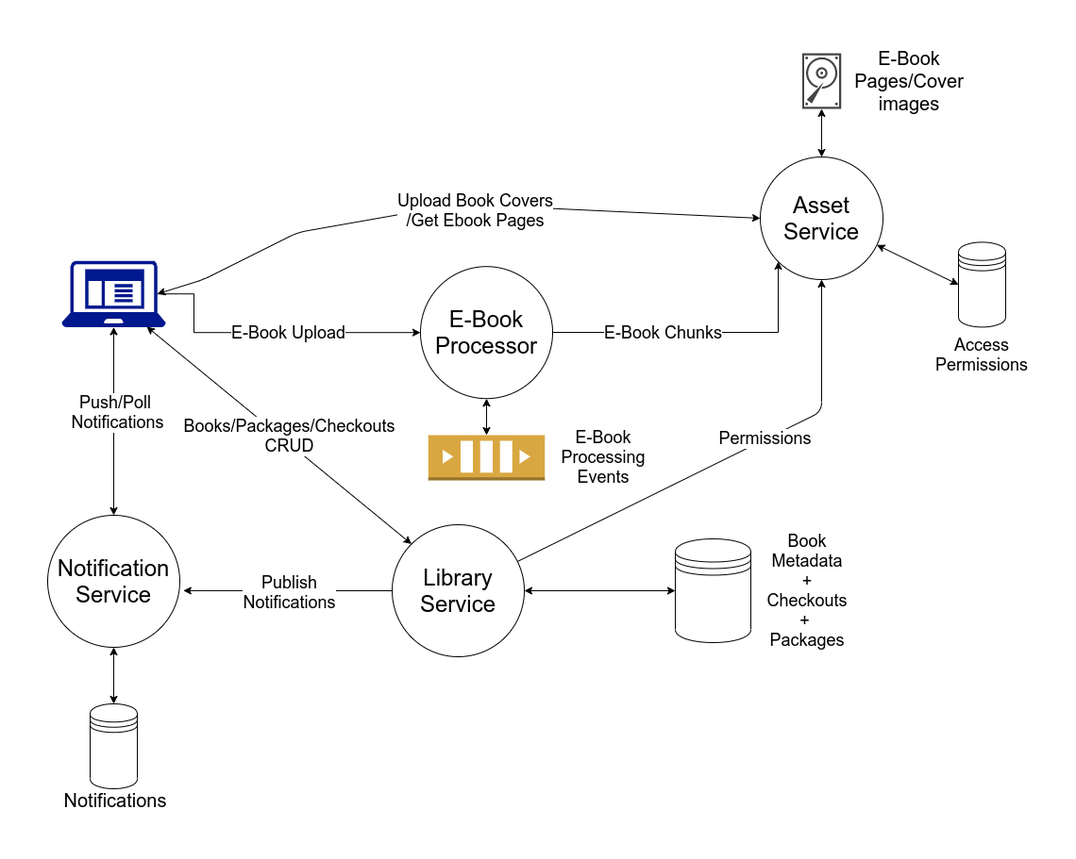
Before: architectural_diagram.png, a diagram exported from draw.io (SujanKumarMitra/e-library). Source tidied: cells renumbered, new cells last; positions are measured from the earlier drawing's top-left corner, leaving out a move shared by most shapes.
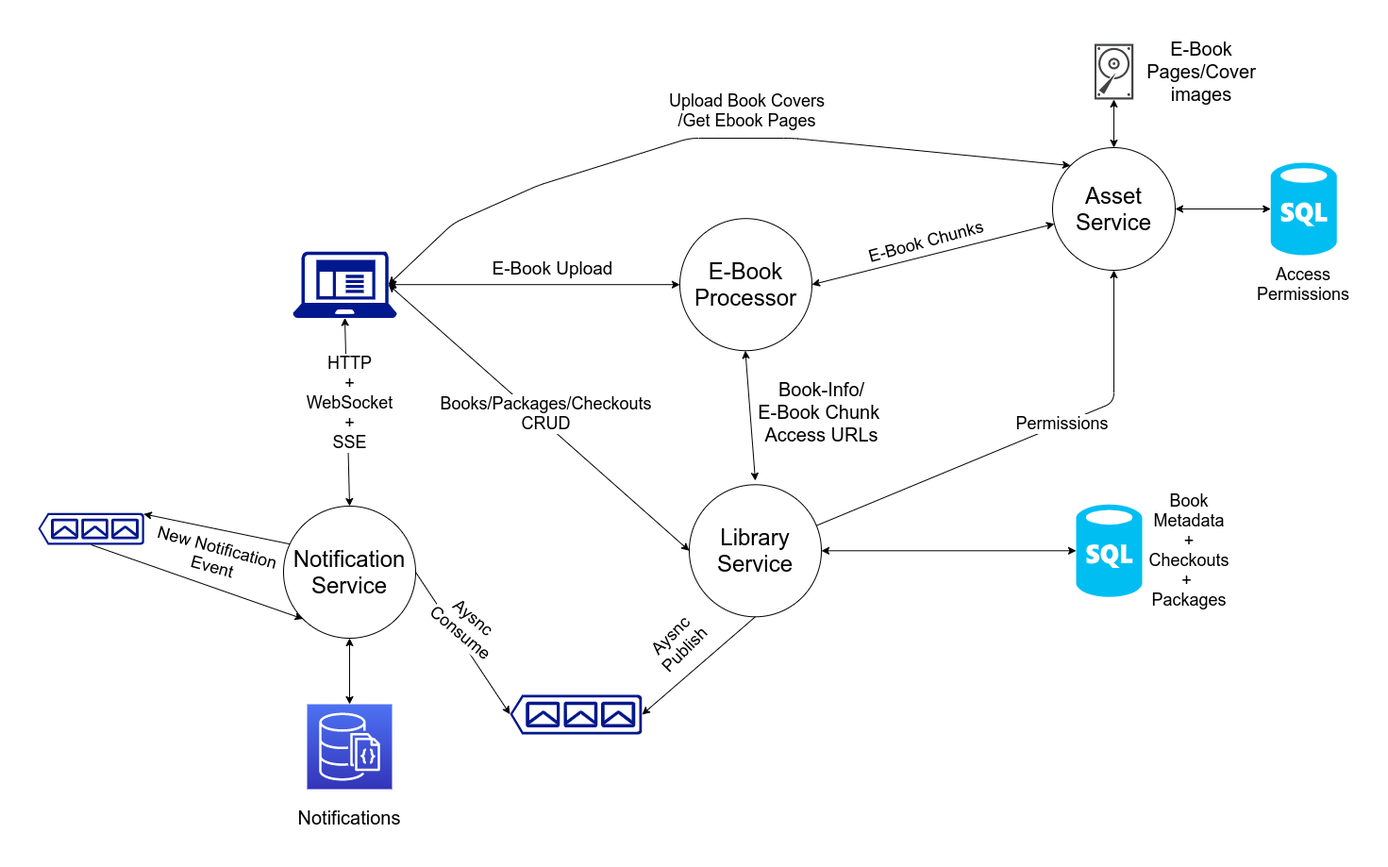
After the commit.

Commit message:
Updated Architecture Diagram 1. Added Message Queue diagrams in Notification Service

Change to the diagram source:
```diff
@@ -3,116 +3,74 @@
     <mxCell id="0" />
     <mxCell id="1" parent="0" />
     <mxCell id="2" value="&lt;span style=&quot;font-size: 24px&quot;&gt;Library&lt;br&gt;Service&lt;br&gt;&lt;/span&gt;" style="ellipse;whiteSpace=wrap;html=1;" parent="1" vertex="1">
-      <mxGeometry x="365" y="500" width="140" height="140" as="geometry" />
+      <mxGeometry x="675" y="577.3" width="140" height="140" as="geometry" />
     </mxCell>
     <mxCell id="3" value="&lt;span style=&quot;font-size: 24px&quot;&gt;Asset&lt;br&gt;Service&lt;br&gt;&lt;/span&gt;" style="ellipse;whiteSpace=wrap;html=1;" parent="1" vertex="1">
-      <mxGeometry x="755" y="110" width="130" height="130" as="geometry" />
+      <mxGeometry x="1060" y="220" width="130" height="130" as="geometry" />
     </mxCell>
     <mxCell id="4" value="&lt;span style=&quot;font-size: 24px&quot;&gt;Notification&lt;br&gt;Service&lt;br&gt;&lt;/span&gt;" style="ellipse;whiteSpace=wrap;html=1;" parent="1" vertex="1">
-      <mxGeometry y="490" width="140" height="140" as="geometry" />
+      <mxGeometry x="245" y="600" width="140" height="140" as="geometry" />
     </mxCell>
     <mxCell id="5" style="sketch=0;shadow=0;dashed=0;html=1;strokeColor=none;fillColor=#434445;labelPosition=center;verticalLabelPosition=bottom;verticalAlign=top;align=center;outlineConnect=0;shape=mxgraph.vvd.disk;" parent="1" vertex="1">
-      <mxGeometry x="799.4" width="41.2" height="58.9" as="geometry" />
+      <mxGeometry x="1104.4" y="110" width="41.2" height="58.9" as="geometry" />
     </mxCell>
     <mxCell id="6" value="&lt;font style=&quot;font-size: 20px&quot;&gt;E-Book Pages/Cover images&lt;/font&gt;" style="text;html=1;strokeColor=none;fillColor=none;align=center;verticalAlign=middle;whiteSpace=wrap;rounded=0;" parent="1" vertex="1">
-      <mxGeometry x="861" y="19.5" width="104" height="20" as="geometry" />
+      <mxGeometry x="1166" y="129.5" width="104" height="20" as="geometry" />
     </mxCell>
-    <mxCell id="7" style="shape=datastore;whiteSpace=wrap;html=1;" parent="1" vertex="1">
-      <mxGeometry x="665" y="515" width="80" height="110" as="geometry" />
-    </mxCell>
-    <mxCell id="8" style="shape=datastore;whiteSpace=wrap;html=1;" parent="1" vertex="1">
-      <mxGeometry x="45" y="690" width="50" height="90" as="geometry" />
-    </mxCell>
     <mxCell id="9" value="&lt;font style=&quot;font-size: 20px&quot;&gt;Notifications&lt;br&gt;&lt;/font&gt;" style="text;html=1;strokeColor=none;fillColor=none;align=center;verticalAlign=middle;whiteSpace=wrap;rounded=0;" parent="1" vertex="1">
-      <mxGeometry x="52" y="782" width="40" height="20" as="geometry" />
+      <mxGeometry x="295" y="920" width="40" height="20" as="geometry" />
     </mxCell>
-    <mxCell id="10" style="edgeStyle=orthogonalEdgeStyle;rounded=0;jettySize=auto;html=1;entryX=0;entryY=1;entryDx=0;entryDy=0;fontSize=18;exitX=0.995;exitY=0.448;exitDx=0;exitDy=0;exitPerimeter=0;" parent="1" edge="1" source="12" target="3">
-      <mxGeometry relative="1" as="geometry">
-        <Array as="points">
-          <mxPoint x="534" y="296" />
-          <mxPoint x="774" y="296" />
-        </Array>
-      </mxGeometry>
-    </mxCell>
-    <mxCell id="11" value="E-Book Chunks&lt;br&gt;" style="edgeLabel;html=1;align=center;verticalAlign=middle;fontSize=18;" parent="10" vertex="1">
-      <mxGeometry x="-0.21" y="2" relative="1" as="geometry">
-        <mxPoint x="-2" y="2" as="offset" />
-      </mxGeometry>
-    </mxCell>
     <mxCell id="12" value="&lt;span style=&quot;font-size: 24px&quot;&gt;E-Book&lt;br&gt;Processor&lt;br&gt;&lt;/span&gt;" style="ellipse;whiteSpace=wrap;html=1;" parent="1" vertex="1">
-      <mxGeometry x="395" y="226.2" width="140" height="140" as="geometry" />
+      <mxGeometry x="665" y="295.2" width="140" height="140" as="geometry" />
     </mxCell>
-    <mxCell id="13" style="endArrow=classic;startArrow=classic;html=1;fontSize=18;entryX=0;entryY=0.5;entryDx=0;entryDy=0;exitX=0.92;exitY=0.5;exitDx=0;exitDy=0;exitPerimeter=0;" parent="1" edge="1" source="31" target="3">
+    <mxCell id="13" style="endArrow=classic;startArrow=classic;html=1;fontSize=18;entryX=0;entryY=0;entryDx=0;entryDy=0;exitX=0.92;exitY=0.5;exitDx=0;exitDy=0;exitPerimeter=0;" parent="1" edge="1" source="31" target="3">
       <mxGeometry relative="1" as="geometry">
         <Array as="points">
-          <mxPoint x="165" y="240" />
-          <mxPoint x="265" y="190" />
-          <mxPoint x="435" y="160" />
+          <mxPoint x="425" y="300" />
+          <mxPoint x="515" y="260" />
+          <mxPoint x="675" y="210" />
+          <mxPoint x="785" y="210" />
         </Array>
       </mxGeometry>
     </mxCell>
     <mxCell id="14" value="Upload Book Covers&lt;br&gt;/Get Ebook Pages" style="edgeLabel;html=1;align=center;verticalAlign=middle;fontSize=18;" parent="13" vertex="1">
       <mxGeometry x="-0.1" y="-2" relative="1" as="geometry">
-        <mxPoint x="58" y="-3" as="offset" />
+        <mxPoint x="76" y="-37" as="offset" />
       </mxGeometry>
     </mxCell>
-    <mxCell id="15" style="edgeStyle=orthogonalEdgeStyle;rounded=0;jettySize=auto;html=1;entryX=0;entryY=0.5;entryDx=0;entryDy=0;fontSize=18;exitX=0.92;exitY=0.5;exitDx=0;exitDy=0;exitPerimeter=0;" parent="1" edge="1" source="31" target="12">
-      <mxGeometry relative="1" as="geometry">
-        <Array as="points">
-          <mxPoint x="155" y="255" />
-          <mxPoint x="155" y="296" />
-        </Array>
-      </mxGeometry>
-    </mxCell>
-    <mxCell id="16" value="E-Book Upload" style="edgeLabel;html=1;align=center;verticalAlign=middle;fontSize=18;" parent="15" vertex="1">
-      <mxGeometry x="-0.11" relative="1" as="geometry">
-        <mxPoint x="37" as="offset" />
-      </mxGeometry>
-    </mxCell>
     <mxCell id="17" style="endArrow=classic;startArrow=classic;html=1;fontSize=18;exitX=0.5;exitY=0;exitDx=0;exitDy=0;" parent="1" edge="1" source="3" target="5">
       <mxGeometry relative="1" as="geometry" />
     </mxCell>
-    <mxCell id="18" style="outlineConnect=0;dashed=0;verticalLabelPosition=bottom;verticalAlign=top;align=center;html=1;shape=mxgraph.aws3.queue;fillColor=#D9A741;gradientColor=none;fontSize=18;" parent="1" vertex="1">
-      <mxGeometry x="403.2" y="405" width="123.5" height="48" as="geometry" />
-    </mxCell>
-    <mxCell id="19" value="E-Book Processing Events" style="text;html=1;strokeColor=none;fillColor=none;align=center;verticalAlign=middle;whiteSpace=wrap;rounded=0;fontSize=18;" parent="1" vertex="1">
-      <mxGeometry x="569" y="419" width="40" height="20" as="geometry" />
-    </mxCell>
-    <mxCell id="20" style="endArrow=classic;startArrow=classic;html=1;fontSize=18;entryX=0.5;entryY=1;entryDx=0;entryDy=0;exitX=0.5;exitY=0;exitDx=0;exitDy=0;exitPerimeter=0;" parent="1" edge="1" source="18" target="12">
-      <mxGeometry relative="1" as="geometry" />
-    </mxCell>
     <mxCell id="21" value="Book Metadata + Checkouts +&amp;nbsp;&lt;br&gt;Packages" style="text;html=1;strokeColor=none;fillColor=none;align=center;verticalAlign=middle;whiteSpace=wrap;rounded=0;fontSize=18;" parent="1" vertex="1">
-      <mxGeometry x="785" y="530" width="40" height="80" as="geometry" />
+      <mxGeometry x="1185" y="607.3" width="40" height="80" as="geometry" />
     </mxCell>
-    <mxCell id="22" style="endArrow=classic;startArrow=classic;html=1;fontSize=18;entryX=0;entryY=0.5;entryDx=0;entryDy=0;" parent="1" edge="1" source="2" target="7">
+    <mxCell id="22" style="endArrow=classic;startArrow=classic;html=1;fontSize=18;entryX=0;entryY=0.5;entryDx=0;entryDy=0;entryPerimeter=0;" parent="1" edge="1" source="2" target="50">
       <mxGeometry relative="1" as="geometry" />
     </mxCell>
     <mxCell id="23" style="endArrow=classic;startArrow=classic;html=1;fontSize=18;entryX=0.5;entryY=0;entryDx=0;entryDy=0;exitX=0.5;exitY=1;exitDx=0;exitDy=0;exitPerimeter=0;" parent="1" edge="1" source="31" target="4">
       <mxGeometry relative="1" as="geometry" />
     </mxCell>
-    <mxCell id="24" value="Push/Poll &lt;br&gt;Notifications" style="edgeLabel;html=1;align=center;verticalAlign=middle;fontSize=18;" parent="23" vertex="1">
+    <mxCell id="24" value="HTTP&lt;br&gt;+&lt;br&gt;WebSocket&lt;br&gt;+&lt;br&gt;SSE" style="edgeLabel;html=1;align=center;verticalAlign=middle;fontSize=18;" parent="23" vertex="1">
       <mxGeometry x="-0.32" y="3" relative="1" as="geometry">
         <mxPoint y="22" as="offset" />
       </mxGeometry>
     </mxCell>
-    <mxCell id="25" style="endArrow=classic;startArrow=classic;html=1;fontSize=18;entryX=0.5;entryY=1;entryDx=0;entryDy=0;" parent="1" edge="1" source="8" target="4">
+    <mxCell id="25" style="endArrow=classic;startArrow=classic;html=1;fontSize=18;entryX=0.5;entryY=1;entryDx=0;entryDy=0;exitX=0.5;exitY=0;exitDx=0;exitDy=0;exitPerimeter=0;" parent="1" edge="1" source="39" target="4">
       <mxGeometry relative="1" as="geometry" />
     </mxCell>
-    <mxCell id="26" style="endArrow=classic;html=1;fontSize=18;exitX=0;exitY=0.5;exitDx=0;exitDy=0;entryX=1.027;entryY=0.571;entryDx=0;entryDy=0;entryPerimeter=0;" parent="1" edge="1" source="2" target="4">
+    <mxCell id="26" style="endArrow=classic;html=1;fontSize=18;exitX=0.5;exitY=1;exitDx=0;exitDy=0;entryX=0;entryY=0.5;entryDx=0;entryDy=0;entryPerimeter=0;" parent="1" edge="1" source="2" target="40">
       <mxGeometry relative="1" as="geometry" />
     </mxCell>
-    <mxCell id="27" value="Publish&lt;br&gt;Notifications" style="edgeLabel;html=1;align=center;verticalAlign=middle;fontSize=18;" parent="26" vertex="1">
+    <mxCell id="27" value="Aysnc&lt;br&gt;Publish" style="edgeLabel;html=1;align=center;verticalAlign=middle;fontSize=18;rotation=-45;" parent="26" vertex="1">
       <mxGeometry x="0.32" y="-3" relative="1" as="geometry">
-        <mxPoint x="36" y="5" as="offset" />
+        <mxPoint x="-2" y="-38" as="offset" />
       </mxGeometry>
     </mxCell>
     <mxCell id="28" style="edgeStyle=orthogonalEdgeStyle;rounded=0;orthogonalLoop=1;jettySize=auto;html=1;exitX=0.5;exitY=1;exitDx=0;exitDy=0;fontSize=18;" parent="1" edge="1" source="6" target="6">
       <mxGeometry relative="1" as="geometry" />
     </mxCell>
-    <mxCell id="29" style="endArrow=classic;startArrow=classic;html=1;fontSize=18;exitX=0;exitY=0;exitDx=0;exitDy=0;" parent="1" edge="1" source="2">
-      <mxGeometry relative="1" as="geometry">
-        <mxPoint x="105" y="290" as="targetPoint" />
-      </mxGeometry>
+    <mxCell id="29" style="endArrow=classic;startArrow=classic;html=1;fontSize=18;exitX=0;exitY=0.5;exitDx=0;exitDy=0;entryX=0.92;entryY=0.5;entryDx=0;entryDy=0;entryPerimeter=0;" parent="1" edge="1" source="2" target="31">
+      <mxGeometry relative="1" as="geometry" />
     </mxCell>
     <mxCell id="30" value="Books/Packages/Checkouts&lt;br&gt;CRUD" style="edgeLabel;html=1;align=center;verticalAlign=middle;fontSize=18;" parent="29" vertex="1">
       <mxGeometry x="0.15" y="1" relative="1" as="geometry">
@@ -120,35 +78,93 @@
       </mxGeometry>
     </mxCell>
     <mxCell id="31" style="sketch=0;shadow=0;dashed=0;html=1;strokeColor=none;labelPosition=center;verticalLabelPosition=bottom;verticalAlign=top;align=center;fillColor=#00188D;shape=mxgraph.mscae.enterprise.client_application;fontSize=18;" parent="1" vertex="1">
-      <mxGeometry x="15" y="220" width="110" height="70.4" as="geometry" />
+      <mxGeometry x="255" y="330" width="110" height="70.4" as="geometry" />
     </mxCell>
     <mxCell id="32" style="edgeStyle=orthogonalEdgeStyle;rounded=0;orthogonalLoop=1;jettySize=auto;html=1;exitX=0.5;exitY=1;exitDx=0;exitDy=0;fontSize=17;" parent="1" edge="1">
       <mxGeometry relative="1" as="geometry">
-        <mxPoint x="574.2" y="62.3" as="sourcePoint" />
-        <mxPoint x="574.2" y="62.3" as="targetPoint" />
+        <mxPoint x="879.2" y="172.3" as="sourcePoint" />
+        <mxPoint x="879.2" y="172.3" as="targetPoint" />
       </mxGeometry>
     </mxCell>
-    <mxCell id="33" style="shape=datastore;whiteSpace=wrap;html=1;" parent="1" vertex="1">
-      <mxGeometry x="965" y="200.4" width="50" height="90" as="geometry" />
-    </mxCell>
     <mxCell id="34" value="Access Permissions&lt;br&gt;" style="text;html=1;strokeColor=none;fillColor=none;align=center;verticalAlign=middle;whiteSpace=wrap;rounded=0;fontSize=18;" parent="1" vertex="1">
-      <mxGeometry x="970" y="310" width="40" height="20" as="geometry" />
+      <mxGeometry x="1306.2" y="355.2" width="40" height="20" as="geometry" />
     </mxCell>
     <mxCell id="35" style="edgeStyle=orthogonalEdgeStyle;rounded=0;orthogonalLoop=1;jettySize=auto;html=1;exitX=0.5;exitY=1;exitDx=0;exitDy=0;" parent="1" edge="1" source="34" target="34">
       <mxGeometry relative="1" as="geometry" />
     </mxCell>
-    <mxCell id="36" style="endArrow=classic;startArrow=classic;html=1;entryX=0;entryY=0.5;entryDx=0;entryDy=0;" parent="1" edge="1" source="3" target="33">
+    <mxCell id="36" style="endArrow=classic;startArrow=classic;html=1;entryX=0;entryY=0.5;entryDx=0;entryDy=0;entryPerimeter=0;" parent="1" edge="1" source="3" target="49">
       <mxGeometry relative="1" as="geometry" />
     </mxCell>
     <mxCell id="37" style="endArrow=classic;html=1;fontSize=18;entryX=0.5;entryY=1;entryDx=0;entryDy=0;" parent="1" edge="1" source="2" target="3">
       <mxGeometry relative="1" as="geometry">
         <Array as="points">
-          <mxPoint x="820" y="380" />
+          <mxPoint x="1125" y="490" />
         </Array>
       </mxGeometry>
     </mxCell>
     <mxCell id="38" value="Permissions" style="edgeLabel;html=1;align=center;verticalAlign=middle;fontSize=18;" parent="37" vertex="1">
       <mxGeometry x="0.17" y="1" relative="1" as="geometry" />
     </mxCell>
+    <mxCell id="39" style="sketch=0;points=[[0,0,0],[0.25,0,0],[0.5,0,0],[0.75,0,0],[1,0,0],[0,1,0],[0.25,1,0],[0.5,1,0],[0.75,1,0],[1,1,0],[0,0.25,0],[0,0.5,0],[0,0.75,0],[1,0.25,0],[1,0.5,0],[1,0.75,0]];outlineConnect=0;fontColor=#232F3E;gradientColor=#4D72F3;gradientDirection=north;fillColor=#3334B9;strokeColor=#ffffff;dashed=0;verticalLabelPosition=bottom;verticalAlign=top;align=center;html=1;fontSize=12;fontStyle=0;shape=mxgraph.aws4.resourceIcon;resIcon=mxgraph.aws4.documentdb_with_mongodb_compatibility;" parent="1" vertex="1">
+      <mxGeometry x="270" y="810" width="90" height="90" as="geometry" />
+    </mxCell>
+    <mxCell id="40" style="sketch=0;shadow=0;dashed=0;html=1;strokeColor=none;labelPosition=center;verticalLabelPosition=bottom;verticalAlign=top;align=center;fillColor=#00188D;shape=mxgraph.azure.queue_generic;direction=west;" parent="1" vertex="1">
+      <mxGeometry x="485" y="800" width="140" height="42" as="geometry" />
+    </mxCell>
+    <mxCell id="41" style="endArrow=classic;html=1;fontSize=18;exitX=1;exitY=0.5;exitDx=0;exitDy=0;entryX=1;entryY=0.51;entryDx=0;entryDy=0;entryPerimeter=0;" parent="1" edge="1" source="4" target="40">
+      <mxGeometry relative="1" as="geometry" />
+    </mxCell>
+    <mxCell id="42" value="Aysnc&lt;br&gt;Consume" style="edgeLabel;html=1;align=center;verticalAlign=middle;fontSize=18;rotation=40;" parent="41" vertex="1">
+      <mxGeometry x="0.32" y="-3" relative="1" as="geometry">
+        <mxPoint x="-9" y="-45" as="offset" />
+      </mxGeometry>
+    </mxCell>
+    <mxCell id="43" style="sketch=0;shadow=0;dashed=0;html=1;strokeColor=none;labelPosition=center;verticalLabelPosition=bottom;verticalAlign=top;align=center;fillColor=#00188D;shape=mxgraph.azure.queue_generic;direction=west;" parent="1" vertex="1">
+      <mxGeometry x="-15" y="607.3" width="112.3" height="33.7" as="geometry" />
+    </mxCell>
+    <mxCell id="44" style="endArrow=classic;html=1;fontSize=18;exitX=0.047;exitY=0.287;exitDx=0;exitDy=0;entryX=0.005;entryY=0.97;entryDx=0;entryDy=0;entryPerimeter=0;exitPerimeter=0;" parent="1" edge="1" source="4" target="43">
+      <mxGeometry relative="1" as="geometry" />
+    </mxCell>
+    <mxCell id="45" value="New Notification&lt;br&gt;Event" style="edgeLabel;html=1;align=center;verticalAlign=middle;fontSize=18;rotation=15;" parent="44" vertex="1">
+      <mxGeometry x="0.32" y="-3" relative="1" as="geometry">
+        <mxPoint x="21" y="37" as="offset" />
+      </mxGeometry>
+    </mxCell>
+    <mxCell id="46" style="endArrow=classic;html=1;fontSize=18;exitX=0.5;exitY=0;exitDx=0;exitDy=0;entryX=0;entryY=1;entryDx=0;entryDy=0;exitPerimeter=0;" parent="1" edge="1" source="43" target="4">
+      <mxGeometry relative="1" as="geometry" />
+    </mxCell>
+    <mxCell id="15" style="endArrow=classic;startArrow=classic;html=1;fontSize=18;entryX=0;entryY=0.5;entryDx=0;entryDy=0;exitX=0.92;exitY=0.5;exitDx=0;exitDy=0;exitPerimeter=0;" parent="1" edge="1" source="31" target="12">
+      <mxGeometry relative="1" as="geometry" />
+    </mxCell>
+    <mxCell id="16" value="&lt;font style=&quot;font-size: 19px&quot;&gt;E-Book Upload&lt;/font&gt;" style="edgeLabel;html=1;align=center;verticalAlign=middle;" parent="15" vertex="1">
+      <mxGeometry x="0.08" y="-2" relative="1" as="geometry">
+        <mxPoint x="6" y="-20" as="offset" />
+      </mxGeometry>
+    </mxCell>
+    <mxCell id="10" style="endArrow=classic;startArrow=classic;html=1;fontSize=18;exitX=1;exitY=0.5;exitDx=0;exitDy=0;" parent="1" edge="1" source="12" target="3">
+      <mxGeometry relative="1" as="geometry" />
+    </mxCell>
+    <mxCell id="11" value="&lt;font style=&quot;font-size: 18px&quot;&gt;E-Book Chunks&lt;/font&gt;" style="edgeLabel;html=1;align=center;verticalAlign=middle;rotation=-15;" parent="10" vertex="1">
+      <mxGeometry x="0.09" relative="1" as="geometry">
+        <mxPoint x="-20" y="-10" as="offset" />
+      </mxGeometry>
+    </mxCell>
+    <mxCell id="47" style="endArrow=classic;startArrow=classic;html=1;fontSize=18;" parent="1" edge="1">
+      <mxGeometry relative="1" as="geometry">
+        <mxPoint x="745" y="573" as="sourcePoint" />
+        <mxPoint x="734.4" y="435.2" as="targetPoint" />
+      </mxGeometry>
+    </mxCell>
+    <mxCell id="48" value="&lt;font style=&quot;font-size: 20px&quot;&gt;Book-Info/&lt;br&gt;E-Book Chunk &lt;br&gt;Access URLs&lt;/font&gt;" style="edgeLabel;html=1;align=center;verticalAlign=middle;" parent="47" vertex="1">
+      <mxGeometry x="0.17" y="-3" relative="1" as="geometry">
+        <mxPoint x="73" y="8" as="offset" />
+      </mxGeometry>
+    </mxCell>
+    <mxCell id="49" style="verticalLabelPosition=bottom;html=1;verticalAlign=top;align=center;strokeColor=none;fillColor=#00BEF2;shape=mxgraph.azure.sql_database;" parent="1" vertex="1">
+      <mxGeometry x="1291.2" y="236" width="70" height="98" as="geometry" />
+    </mxCell>
+    <mxCell id="50" style="verticalLabelPosition=bottom;html=1;verticalAlign=top;align=center;strokeColor=none;fillColor=#00BEF2;shape=mxgraph.azure.sql_database;" parent="1" vertex="1">
+      <mxGeometry x="1085" y="598.3" width="70" height="98" as="geometry" />
+    </mxCell>
   </root>
 </mxGraphModel>
```
